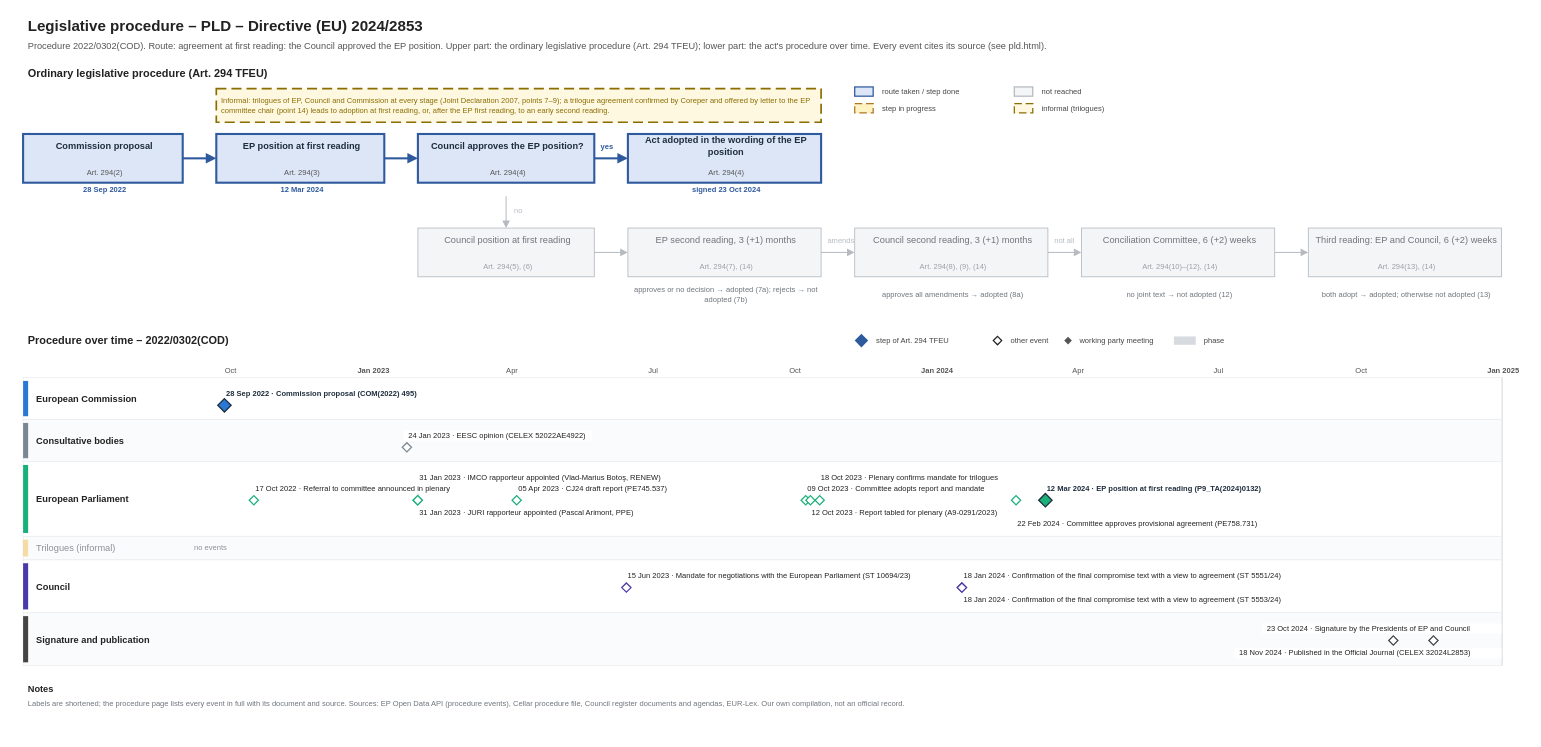
Above: procedures/pld.drawio in git-z0man/eu-regulation-timeline (draw.io), before the change. Source tidied: cells renumbered, new cells numbered last; positions are measured from the earlier drawing's top-left corner, leaving out a move shared by most shapes. Both pictures are drawn from the tidied source at 84%, with x=0, y=0 at pixel (14, 14).
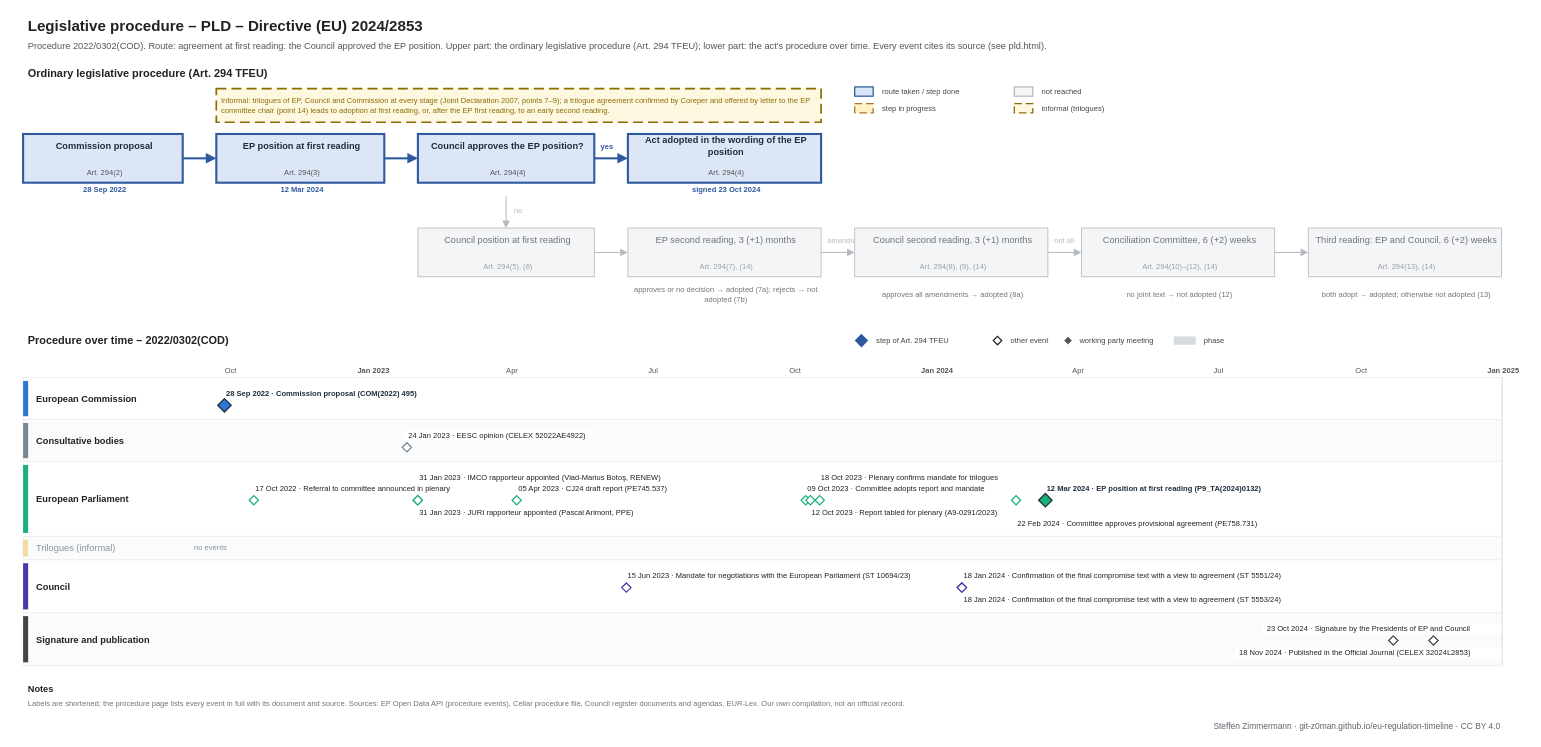
After the change.

Change to the diagram source:
```diff
@@
+    <mxCell id="165" value="Steffen Zimmermann · git-z0man.github.io/eu-regulation-timeline · CC BY 4.0" style="text;html=1;fontSize=10;fontColor=#5b646b;align=right;verticalAlign=middle;spacingLeft=4;" parent="1" vertex="1">
+      <mxGeometry x="10" y="839" width="1760" height="16" as="geometry" />
+    </mxCell>
```
